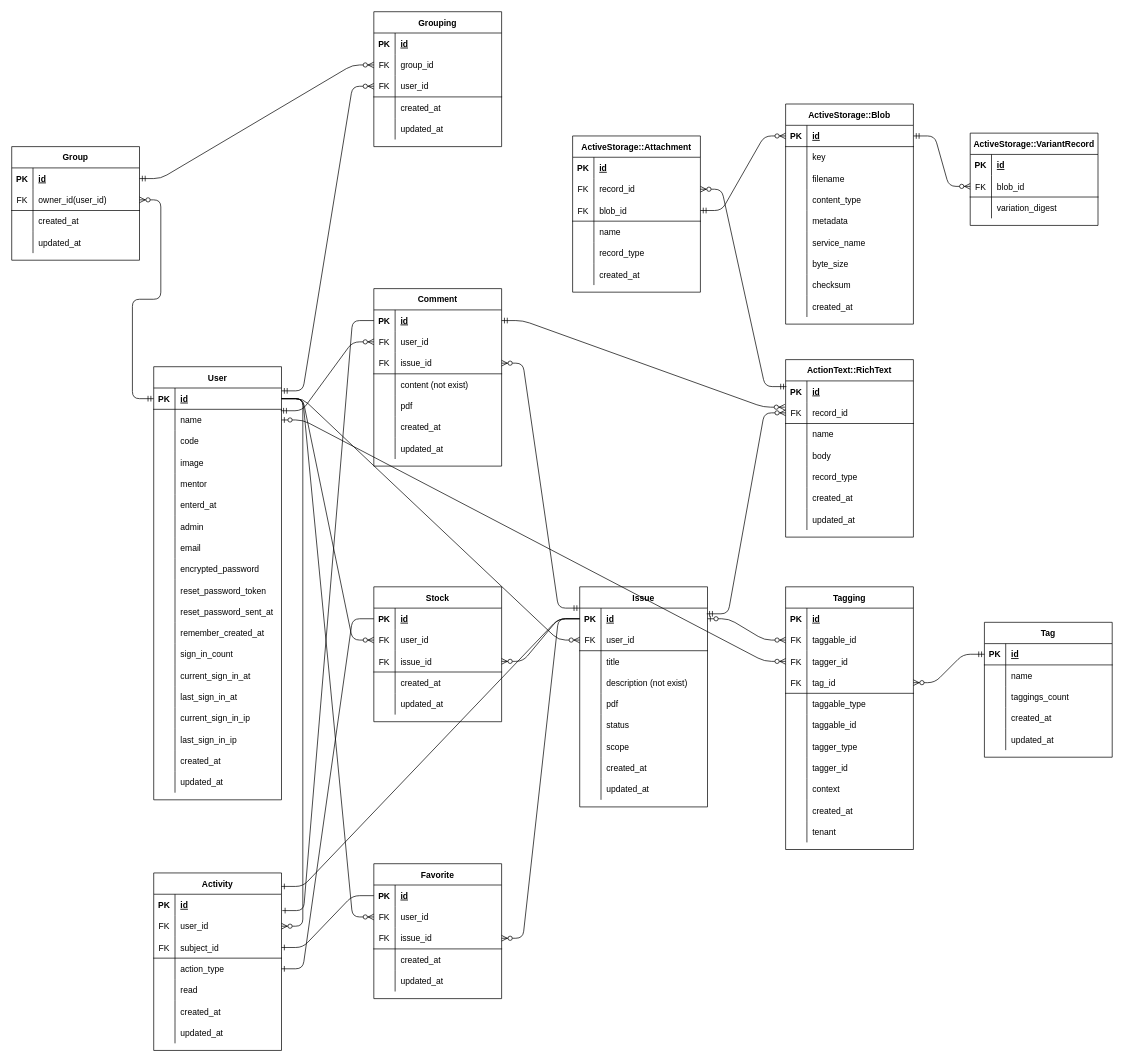
Before: RDD/ER.drawio in fumtas1k/issues_app, a draw.io diagram. Source tidied: cells renumbered, new cells numbered last; positions are measured from the earlier drawing's top-left corner, leaving out a move shared by most shapes. Both pictures are drawn from the tidied source at 71%, with x=0, y=0 at pixel (11, 11).
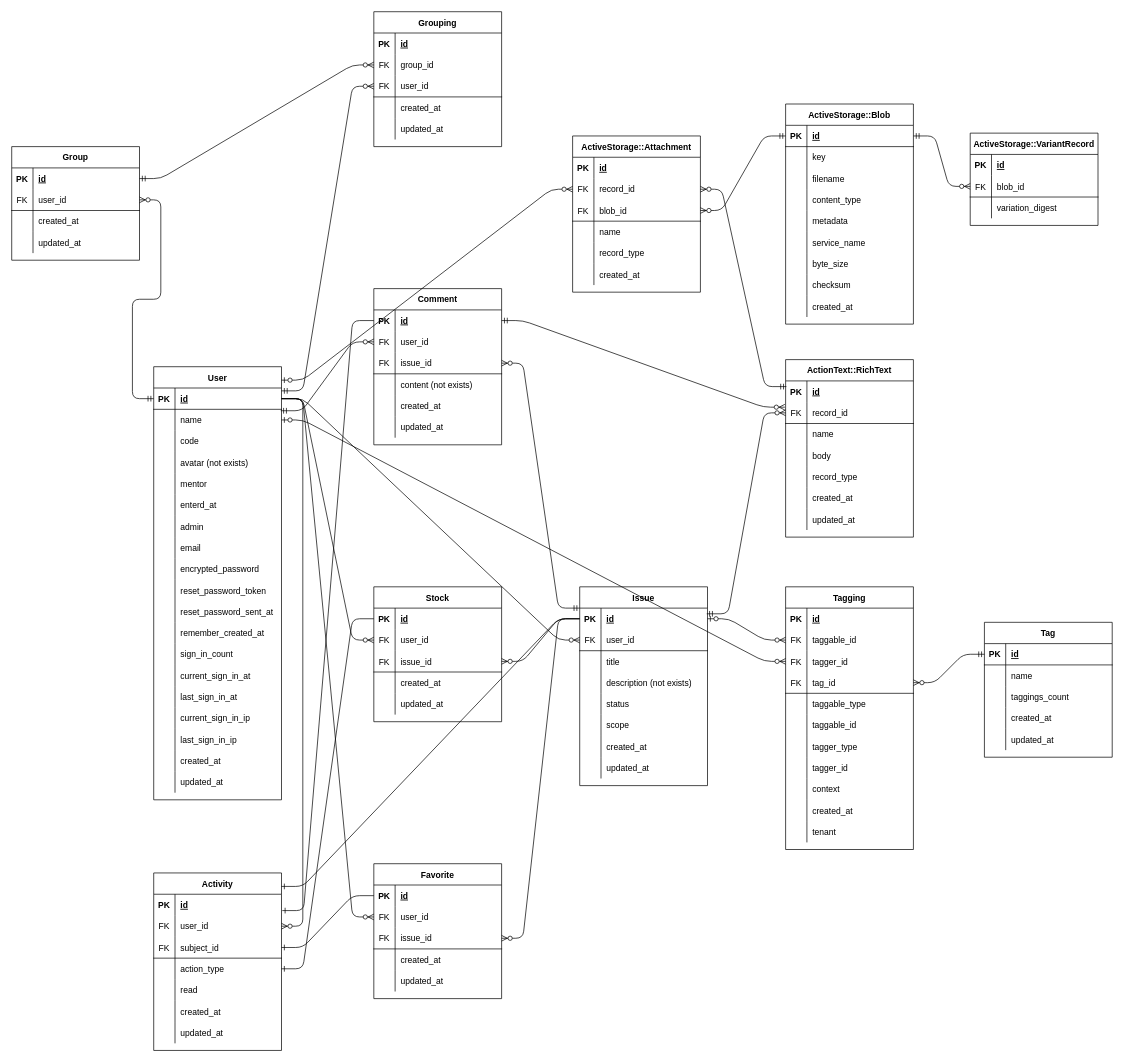
The same diagram, later.

The change refers to these unchanged cells:
```xml
<mxCell id="2" value="User" style="shape=table;startSize=30;childLayout=tableLayout;rowLines=0;fontStyle=1;align=center;" parent="1" vertex="1">
  <mxGeometry x="200" y="500" width="180" height="610" as="geometry" />
</mxCell>
<mxCell id="12" style="shape=partialRectangle;fillColor=none;top=0;left=0;bottom=0;right=0;" parent="2" vertex="1">
  <mxGeometry y="120" width="180" height="30" as="geometry" />
</mxCell>
<mxCell id="70" style="shape=partialRectangle;fillColor=none;top=0;left=0;bottom=0;right=0;" parent="60" vertex="1">
  <mxGeometry y="120" width="180" height="30" as="geometry" />
</mxCell>
<mxCell id="98" style="shape=partialRectangle;fillColor=none;top=0;left=0;bottom=0;right=0;" parent="88" vertex="1">
  <mxGeometry y="120" width="180" height="30" as="geometry" />
</mxCell>
<mxCell id="190" style="shape=partialRectangle;fillColor=none;top=0;left=0;bottom=0;right=0;points=[[0,0.5],[1,0.5]];portConstraint=eastwest;" parent="186" vertex="1">
  <mxGeometry y="60" width="180" height="30" as="geometry" />
</mxCell>
<mxCell id="193" style="shape=partialRectangle;fillColor=none;top=0;left=0;bottom=1;right=0;points=[[0,0.5],[1,0.5]];portConstraint=eastwest;" parent="186" vertex="1">
  <mxGeometry y="90" width="180" height="30" as="geometry" />
</mxCell>
<mxCell id="206" style="shape=partialRectangle;fillColor=none;top=0;left=0;bottom=1;right=0;points=[[0,0.5],[1,0.5]];portConstraint=eastwest;" parent="205" vertex="1">
  <mxGeometry y="30" width="180" height="30" as="geometry" />
</mxCell>
<mxCell id="307" style="shape=partialRectangle;fillColor=none;top=0;left=0;bottom=1;right=0;points=[[0,0.5],[1,0.5]];portConstraint=eastwest;fontStyle=0;" parent="303" vertex="1">
  <mxGeometry y="60" width="180" height="30" as="geometry" />
</mxCell>
```

Change to the diagram source:
```diff
@@
-    <mxCell id="14" value="image" style="shape=partialRectangle;fillColor=none;top=0;left=0;bottom=0;right=0;align=left;spacingLeft=6;overflow=hidden;" parent="12" vertex="1">
+    <mxCell id="14" value="avatar (not exists)" style="shape=partialRectangle;fillColor=none;top=0;left=0;bottom=0;right=0;align=left;spacingLeft=6;overflow=hidden;" parent="12" vertex="1">
       <mxGeometry x="30" width="150" height="30" as="geometry" />
     </mxCell>
@@
     <mxCell id="60" value="Issue" style="shape=table;startSize=30;childLayout=tableLayout;rowLines=0;fontStyle=1;align=center;" parent="1" vertex="1">
-      <mxGeometry x="800" y="810" width="180" height="310" as="geometry" />
+      <mxGeometry x="800" y="810" width="180" height="280" as="geometry" />
     </mxCell>
@@
-    <mxCell id="72" value="description (not exist)" style="shape=partialRectangle;fillColor=none;top=0;left=0;bottom=0;right=0;align=left;spacingLeft=6;overflow=hidden;" parent="70" vertex="1">
+    <mxCell id="72" value="description (not exists)" style="shape=partialRectangle;fillColor=none;top=0;left=0;bottom=0;right=0;align=left;spacingLeft=6;overflow=hidden;" parent="70" vertex="1">
       <mxGeometry x="30" width="150" height="30" as="geometry" />
     </mxCell>
-    <mxCell id="73" style="shape=partialRectangle;fillColor=none;top=0;left=0;bottom=0;right=0;" parent="60" vertex="1">
-      <mxGeometry y="150" width="180" height="30" as="geometry" />
-    </mxCell>
-    <mxCell id="74" style="shape=partialRectangle;fillColor=none;top=0;left=0;bottom=0;right=0;overflow=hidden;" parent="73" vertex="1">
-      <mxGeometry width="30" height="30" as="geometry" />
-    </mxCell>
-    <mxCell id="75" value="pdf" style="shape=partialRectangle;fillColor=none;top=0;left=0;bottom=0;right=0;align=left;spacingLeft=6;overflow=hidden;" parent="73" vertex="1">
-      <mxGeometry x="30" width="150" height="30" as="geometry" />
-    </mxCell>
     <mxCell id="76" style="shape=partialRectangle;fillColor=none;top=0;left=0;bottom=0;right=0;" parent="60" vertex="1">
-      <mxGeometry y="180" width="180" height="30" as="geometry" />
+      <mxGeometry y="150" width="180" height="30" as="geometry" />
     </mxCell>
@@
     <mxCell id="79" style="shape=partialRectangle;fillColor=none;top=0;left=0;bottom=0;right=0;" parent="60" vertex="1">
-      <mxGeometry y="210" width="180" height="30" as="geometry" />
+      <mxGeometry y="180" width="180" height="30" as="geometry" />
     </mxCell>
@@
     <mxCell id="82" style="shape=partialRectangle;fillColor=none;top=0;left=0;bottom=0;right=0;" parent="60" vertex="1">
-      <mxGeometry y="240" width="180" height="30" as="geometry" />
+      <mxGeometry y="210" width="180" height="30" as="geometry" />
     </mxCell>
@@
     <mxCell id="85" style="shape=partialRectangle;fillColor=none;top=0;left=0;bottom=0;right=0;" parent="60" vertex="1">
-      <mxGeometry y="270" width="180" height="30" as="geometry" />
+      <mxGeometry y="240" width="180" height="30" as="geometry" />
     </mxCell>
@@
     <mxCell id="88" value="Comment" style="shape=table;startSize=30;childLayout=tableLayout;rowLines=0;fontStyle=1;align=center;" parent="1" vertex="1">
-      <mxGeometry x="510" y="390" width="180" height="250" as="geometry" />
+      <mxGeometry x="510" y="390" width="180" height="220" as="geometry" />
     </mxCell>
@@
-    <mxCell id="100" value="content (not exist)" style="shape=partialRectangle;fillColor=none;top=0;left=0;bottom=0;right=0;align=left;spacingLeft=6;overflow=hidden;" parent="98" vertex="1">
+    <mxCell id="100" value="content (not exists)" style="shape=partialRectangle;fillColor=none;top=0;left=0;bottom=0;right=0;align=left;spacingLeft=6;overflow=hidden;" parent="98" vertex="1">
       <mxGeometry x="30" width="150" height="30" as="geometry" />
     </mxCell>
-    <mxCell id="101" style="shape=partialRectangle;fillColor=none;top=0;left=0;bottom=0;right=0;" parent="88" vertex="1">
-      <mxGeometry y="150" width="180" height="30" as="geometry" />
-    </mxCell>
-    <mxCell id="102" style="shape=partialRectangle;fillColor=none;top=0;left=0;bottom=0;right=0;overflow=hidden;" parent="101" vertex="1">
-      <mxGeometry width="30" height="30" as="geometry" />
-    </mxCell>
-    <mxCell id="103" value="pdf" style="shape=partialRectangle;fillColor=none;top=0;left=0;bottom=0;right=0;align=left;spacingLeft=6;overflow=hidden;" parent="101" vertex="1">
-      <mxGeometry x="30" width="150" height="30" as="geometry" />
-    </mxCell>
     <mxCell id="104" style="shape=partialRectangle;fillColor=none;top=0;left=0;bottom=0;right=0;" parent="88" vertex="1">
-      <mxGeometry y="180" width="180" height="30" as="geometry" />
+      <mxGeometry y="150" width="180" height="30" as="geometry" />
     </mxCell>
@@
     <mxCell id="107" style="shape=partialRectangle;fillColor=none;top=0;left=0;bottom=0;right=0;" parent="88" vertex="1">
-      <mxGeometry y="210" width="180" height="30" as="geometry" />
+      <mxGeometry y="180" width="180" height="30" as="geometry" />
     </mxCell>
@@
-    <mxCell id="309" value="owner_id(user_id)" style="shape=partialRectangle;fillColor=none;top=0;left=0;bottom=0;right=0;align=left;spacingLeft=6;fontStyle=0;overflow=hidden;" parent="307" vertex="1">
+    <mxCell id="309" value="user_id" style="shape=partialRectangle;fillColor=none;top=0;left=0;bottom=0;right=0;align=left;spacingLeft=6;fontStyle=0;overflow=hidden;" parent="307" vertex="1">
       <mxGeometry x="30" width="150" height="30" as="geometry" />
     </mxCell>
@@
-    <mxCell id="334" style="edgeStyle=entityRelationEdgeStyle;fontSize=12;html=1;endArrow=ERzeroToMany;startArrow=ERmandOne;exitX=1;exitY=0.5;exitDx=0;exitDy=0;entryX=0;entryY=0.5;entryDx=0;entryDy=0;" parent="1" edge="1" source="193" target="206">
-      <mxGeometry relative="1" as="geometry" />
-    </mxCell>
@@
+    <mxCell id="345" style="edgeStyle=entityRelationEdgeStyle;fontSize=12;html=1;endArrow=ERzeroToMany;startArrow=ERmandOne;exitX=0;exitY=0.5;exitDx=0;exitDy=0;entryX=1;entryY=0.5;entryDx=0;entryDy=0;" parent="1" edge="1" source="206" target="193">
+      <mxGeometry relative="1" as="geometry" />
+    </mxCell>
+    <mxCell id="346" style="edgeStyle=entityRelationEdgeStyle;fontSize=12;html=1;endArrow=ERzeroToMany;startArrow=ERzeroToOne;exitX=1;exitY=0.031;exitDx=0;exitDy=0;exitPerimeter=0;entryX=0;entryY=0.5;entryDx=0;entryDy=0;" parent="1" edge="1" source="2" target="190">
+      <mxGeometry relative="1" as="geometry" />
+    </mxCell>
```
